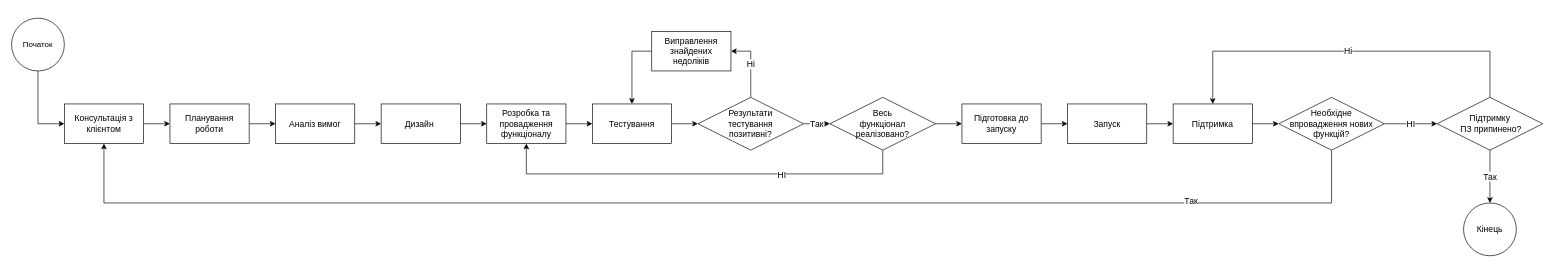
Earlier version of the draw.io diagram 1 Developvemt Lifecicle diagram.drawio (Shylo-Ivan-MIT/diagrams). Source tidied: cells renumbered, new cells numbered last; positions are measured from the earlier drawing's top-left corner, leaving out a move shared by most shapes. Both pictures are drawn from the tidied source at 66%, with x=0, y=0 at pixel (11, 18).
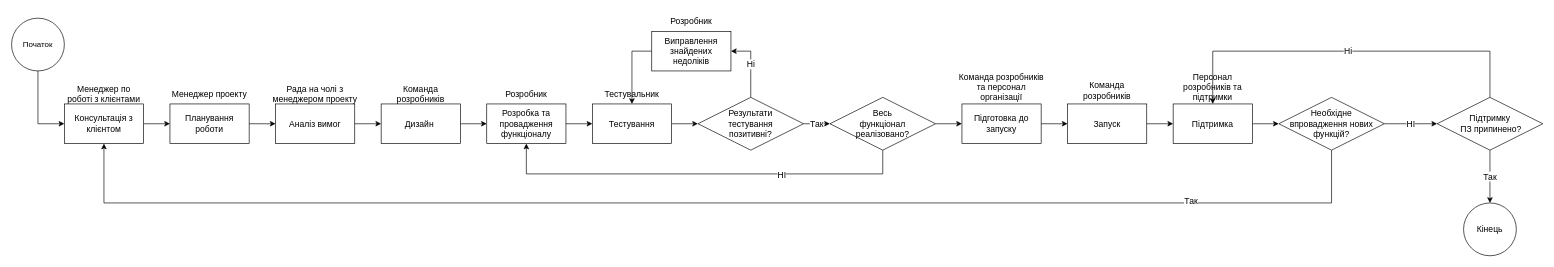
The same diagram, later.

Change to the diagram source:
```diff
@@
+    <mxCell id="39" value="Менеджер по роботі з клієнтами" style="text;html=1;strokeColor=none;fillColor=none;align=center;verticalAlign=middle;whiteSpace=wrap;rounded=0;fontSize=13;" parent="1" vertex="1">
+      <mxGeometry x="80" y="100" width="120" height="30" as="geometry" />
+    </mxCell>
+    <mxCell id="40" value="Менеджер проекту" style="text;html=1;strokeColor=none;fillColor=none;align=center;verticalAlign=middle;whiteSpace=wrap;rounded=0;fontSize=13;" parent="1" vertex="1">
+      <mxGeometry x="240" y="100" width="120" height="30" as="geometry" />
+    </mxCell>
+    <mxCell id="41" value="Рада на чолі з менеджером проекту" style="text;html=1;strokeColor=none;fillColor=none;align=center;verticalAlign=middle;whiteSpace=wrap;rounded=0;fontSize=13;" parent="1" vertex="1">
+      <mxGeometry x="390" y="100" width="140" height="30" as="geometry" />
+    </mxCell>
+    <mxCell id="42" value="Команда розробників" style="text;html=1;strokeColor=none;fillColor=none;align=center;verticalAlign=middle;whiteSpace=wrap;rounded=0;fontSize=13;" parent="1" vertex="1">
+      <mxGeometry x="560" y="100" width="120" height="30" as="geometry" />
+    </mxCell>
+    <mxCell id="43" value="Розробник" style="text;html=1;strokeColor=none;fillColor=none;align=center;verticalAlign=middle;whiteSpace=wrap;rounded=0;fontSize=13;" parent="1" vertex="1">
+      <mxGeometry x="720" y="100" width="120" height="30" as="geometry" />
+    </mxCell>
+    <mxCell id="44" value="Тестувальник" style="text;html=1;strokeColor=none;fillColor=none;align=center;verticalAlign=middle;whiteSpace=wrap;rounded=0;fontSize=13;" parent="1" vertex="1">
+      <mxGeometry x="880" y="100" width="120" height="30" as="geometry" />
+    </mxCell>
+    <mxCell id="45" value="Розробник" style="text;html=1;strokeColor=none;fillColor=none;align=center;verticalAlign=middle;whiteSpace=wrap;rounded=0;fontSize=13;" parent="1" vertex="1">
+      <mxGeometry x="970" y="-10" width="120" height="30" as="geometry" />
+    </mxCell>
+    <mxCell id="46" value="Команда розробників та персонал організації" style="text;html=1;strokeColor=none;fillColor=none;align=center;verticalAlign=middle;whiteSpace=wrap;rounded=0;fontSize=13;" parent="1" vertex="1">
+      <mxGeometry x="1430" y="90" width="140" height="30" as="geometry" />
+    </mxCell>
+    <mxCell id="47" value="Команда розробників" style="text;html=1;strokeColor=none;fillColor=none;align=center;verticalAlign=middle;whiteSpace=wrap;rounded=0;fontSize=13;" parent="1" vertex="1">
+      <mxGeometry x="1600" y="90" width="120" height="40" as="geometry" />
+    </mxCell>
+    <mxCell id="48" value="Персонал розробників та підтримки" style="text;html=1;strokeColor=none;fillColor=none;align=center;verticalAlign=middle;whiteSpace=wrap;rounded=0;fontSize=13;" parent="1" vertex="1">
+      <mxGeometry x="1760" y="90" width="120" height="30" as="geometry" />
+    </mxCell>
```
